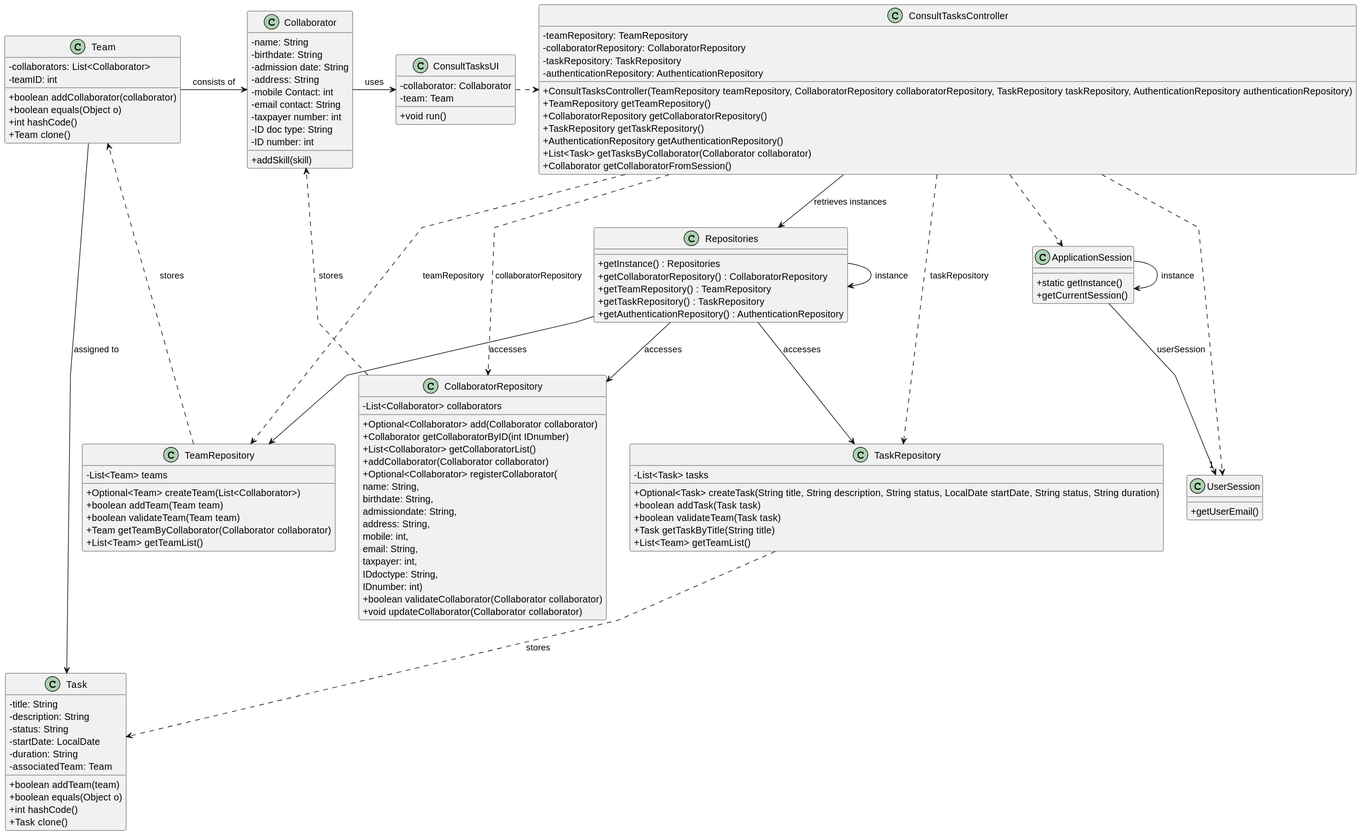
This is docs/sprint3/us028/03.design/svg/us028-class-diagram.svg from tiagosoa/lei-24-s2-1dgh-g073, a PlantUML export, as it was before one commit.
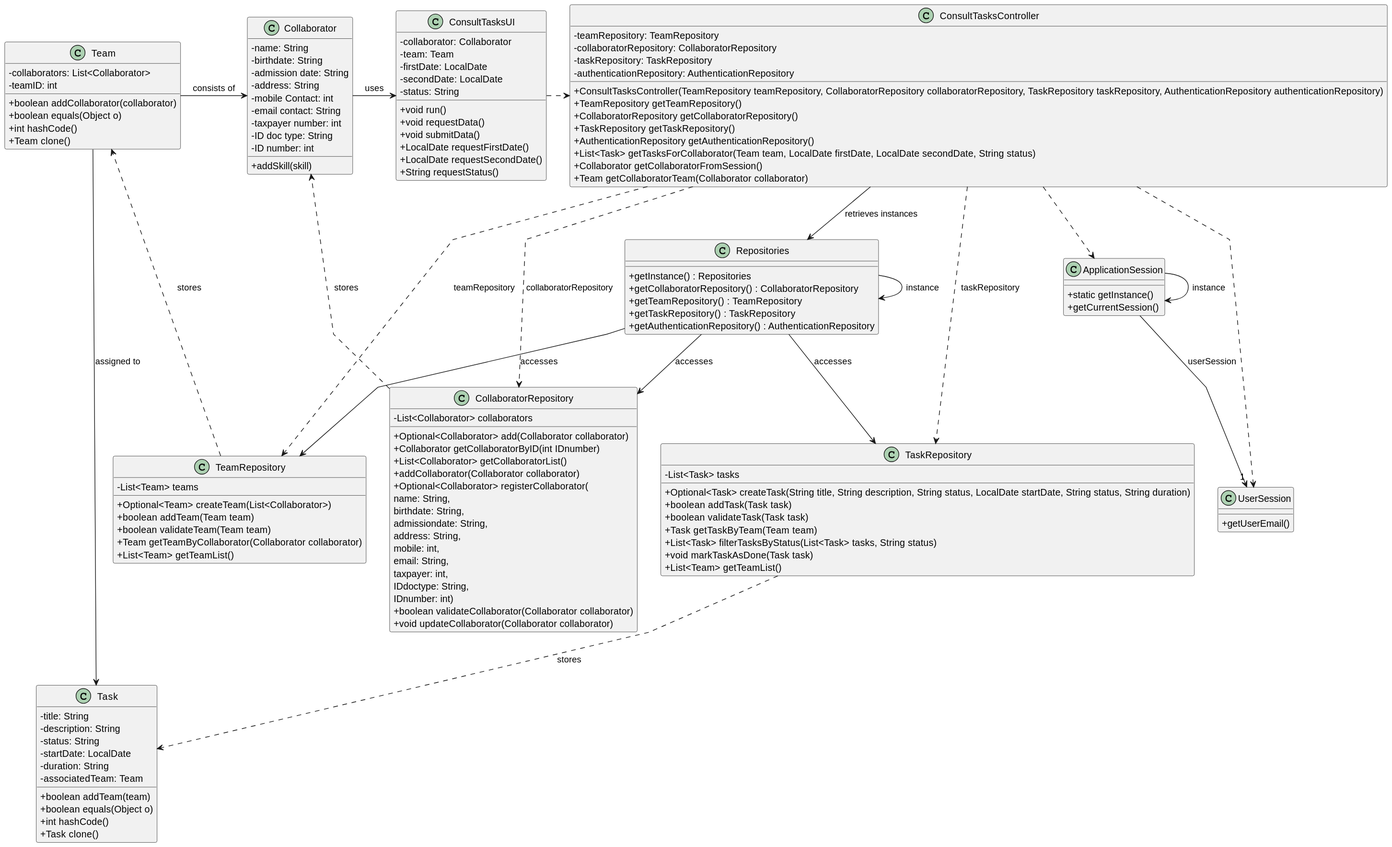
After the commit.

The edit, as a diff of the source:
```diff
@@ -59,14 +59,23 @@
     + CollaboratorRepository getCollaboratorRepository()
     + TaskRepository getTaskRepository()
     + AuthenticationRepository getAuthenticationRepository()
-    + List<Task> getTasksByCollaborator(Collaborator collaborator)
+    + List<Task> getTasksForCollaborator(Team team, LocalDate firstDate, LocalDate secondDate, String status)
     + Collaborator getCollaboratorFromSession()
+    + Team getCollaboratorTeam(Collaborator collaborator)
 }
 
 class ConsultTasksUI {
   - collaborator: Collaborator
   - team: Team
+  - firstDate: LocalDate
+  - secondDate: LocalDate
+  - status: String
   + void run()
+  + void requestData()
+  + void submitData()
+  + LocalDate requestFirstDate()
+  + LocalDate requestSecondDate()
+  + String requestStatus()
 }
 
 class Team {
@@ -82,8 +91,10 @@
        - List<Task> tasks
        + Optional<Task> createTask(String title, String description, String status, LocalDate startDate, String status, String duration)
        + boolean addTask(Task task)
-       + boolean validateTeam(Task task)
-       + Task getTaskByTitle(String title)
+       + boolean validateTask(Task task)
+       + Task getTaskByTeam(Team team)
+       + List<Task> filterTasksByStatus(List<Task> tasks, String status)
+       + void markTaskAsDone(Task task)
        + List<Team> getTeamList()
 }
 
```
